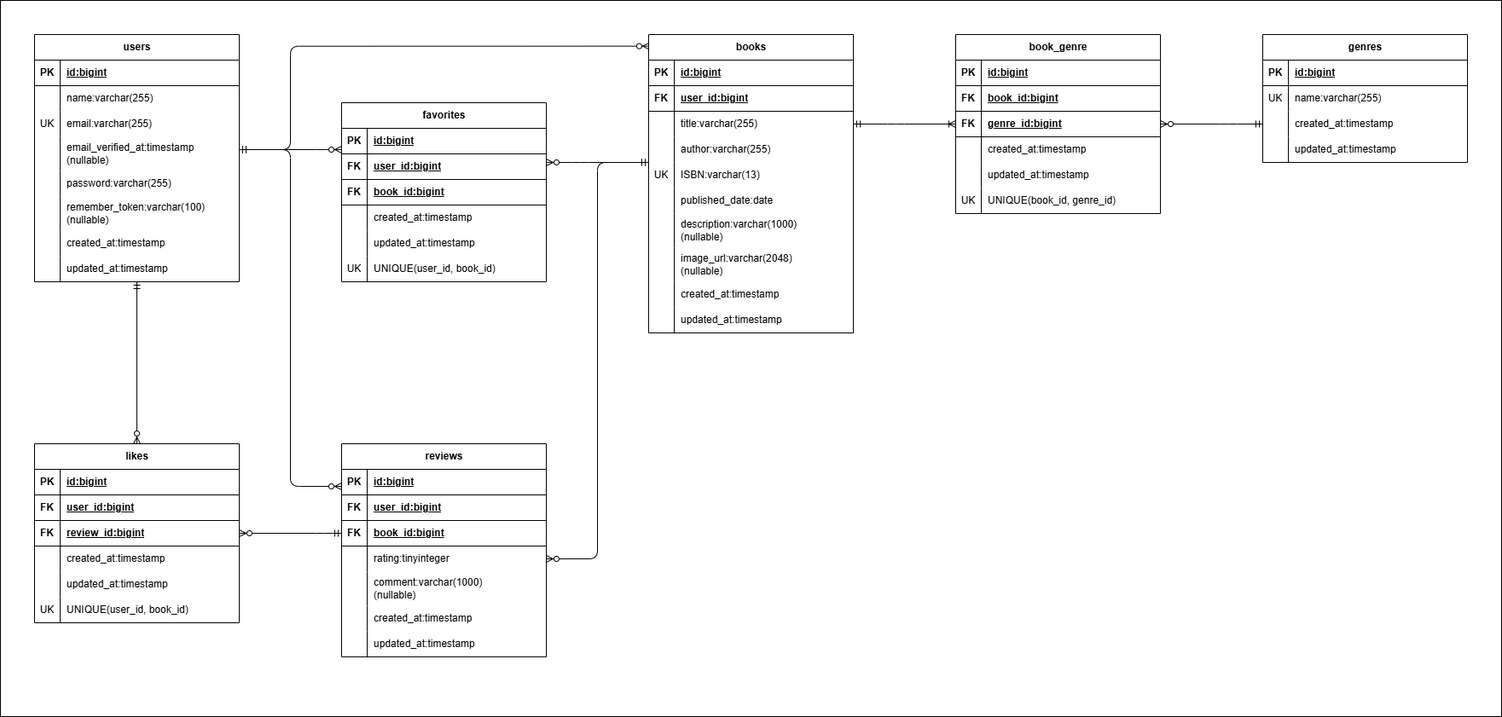
Above: docs/ER.png in tasuku1209/bookshelf-app (draw.io), before the change. Source tidied: cells renumbered, new cells last; positions are measured from the earlier drawing's top-left corner, leaving out a move shared by most shapes.
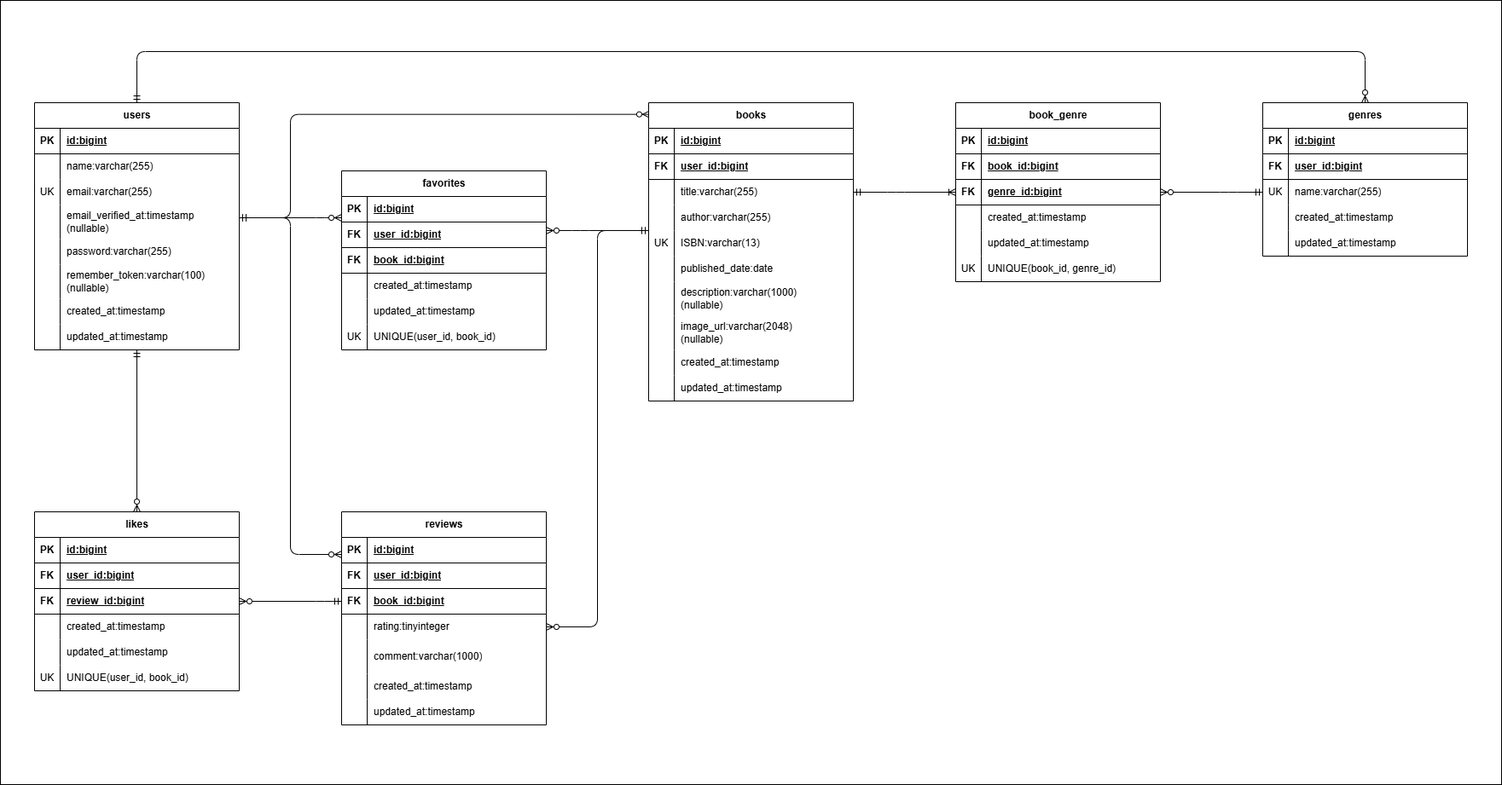
The same file after the commit.

What changed in the source:
```diff
@@ -3,7 +3,7 @@
     <mxCell id="0" />
     <mxCell id="1" parent="0" />
     <mxCell id="2" style="rounded=0;whiteSpace=wrap;html=1;" parent="1" vertex="1">
-      <mxGeometry width="1760" height="840" as="geometry" />
+      <mxGeometry y="-80" width="1760" height="920" as="geometry" />
     </mxCell>
     <mxCell id="3" style="edgeStyle=orthogonalEdgeStyle;html=1;startArrow=ERmandOne;startFill=0;endArrow=ERzeroToMany;endFill=0;entryX=0.004;entryY=0.039;entryDx=0;entryDy=0;entryPerimeter=0;" parent="1" edge="1" source="7" target="48">
       <mxGeometry relative="1" as="geometry">
@@ -32,6 +32,14 @@
     <mxCell id="6" style="edgeStyle=orthogonalEdgeStyle;html=1;startArrow=ERmandOne;startFill=0;endArrow=ERzeroToMany;endFill=0;" parent="1" edge="1" source="7" target="140">
       <mxGeometry relative="1" as="geometry" />
     </mxCell>
+    <mxCell id="160" style="edgeStyle=orthogonalEdgeStyle;html=1;startArrow=ERmandOne;startFill=0;endArrow=ERzeroToMany;endFill=0;" parent="1" edge="1" source="7" target="33">
+      <mxGeometry relative="1" as="geometry">
+        <Array as="points">
+          <mxPoint x="160" y="-20" />
+          <mxPoint x="1600" y="-20" />
+        </Array>
+      </mxGeometry>
+    </mxCell>
     <mxCell id="7" value="users" style="shape=table;startSize=30;rowLines=0;fontStyle=1;align=center;html=1;" parent="1" vertex="1">
       <mxGeometry x="40" y="40" width="240" height="290" as="geometry" />
     </mxCell>
@@ -116,7 +124,7 @@
       </mxGeometry>
     </mxCell>
     <mxCell id="33" value="genres" style="shape=table;startSize=30;rowLines=0;fontStyle=1;align=center;html=1;" parent="1" vertex="1">
-      <mxGeometry x="1480" y="40" width="240" height="150" as="geometry" />
+      <mxGeometry x="1480" y="40" width="240" height="180" as="geometry" />
     </mxCell>
     <mxCell id="34" style="shape=tableRow;horizontal=0;startSize=0;swimlaneHead=0;swimlaneBody=0;fillColor=none;top=0;left=0;right=0;bottom=1;" parent="33" vertex="1">
       <mxGeometry y="30" width="240" height="30" as="geometry" />
@@ -127,8 +135,17 @@
     <mxCell id="36" value="&lt;span style=&quot;color: rgb(0, 0, 0);&quot;&gt;id:bigint&lt;/span&gt;" style="shape=partialRectangle;fillColor=none;top=0;left=0;bottom=0;right=0;align=left;spacingLeft=6;fontStyle=5;overflow=hidden;whiteSpace=wrap;html=1;" parent="34" vertex="1">
       <mxGeometry x="30" width="210" height="30" as="geometry" />
     </mxCell>
+    <mxCell id="161" style="shape=tableRow;horizontal=0;startSize=0;swimlaneHead=0;swimlaneBody=0;fillColor=none;top=0;left=0;right=0;bottom=1;" parent="33" vertex="1">
+      <mxGeometry y="60" width="240" height="30" as="geometry" />
+    </mxCell>
+    <mxCell id="162" value="FK" style="shape=partialRectangle;fillColor=none;top=0;left=0;bottom=0;right=0;fontStyle=1;overflow=hidden;whiteSpace=wrap;html=1;" parent="161" vertex="1">
+      <mxGeometry width="30" height="30" as="geometry" />
+    </mxCell>
+    <mxCell id="163" value="&lt;span style=&quot;color: rgb(0, 0, 0);&quot;&gt;user_id:bigint&lt;/span&gt;" style="shape=partialRectangle;fillColor=none;top=0;left=0;bottom=0;right=0;align=left;spacingLeft=6;fontStyle=5;overflow=hidden;whiteSpace=wrap;html=1;" parent="161" vertex="1">
+      <mxGeometry x="30" width="210" height="30" as="geometry" />
+    </mxCell>
     <mxCell id="37" style="shape=tableRow;horizontal=0;startSize=0;swimlaneHead=0;swimlaneBody=0;fillColor=none;top=0;left=0;right=0;bottom=0;" parent="33" vertex="1">
-      <mxGeometry y="60" width="240" height="30" as="geometry" />
+      <mxGeometry y="90" width="240" height="30" as="geometry" />
     </mxCell>
     <mxCell id="38" value="UK" style="shape=partialRectangle;fillColor=none;top=0;left=0;bottom=0;right=0;overflow=hidden;whiteSpace=wrap;html=1;" parent="37" vertex="1">
       <mxGeometry width="30" height="30" as="geometry" />
@@ -137,7 +154,7 @@
       <mxGeometry x="30" width="210" height="30" as="geometry" />
     </mxCell>
     <mxCell id="40" style="shape=tableRow;horizontal=0;startSize=0;swimlaneHead=0;swimlaneBody=0;fillColor=none;top=0;left=0;right=0;bottom=0;" parent="33" vertex="1">
-      <mxGeometry y="90" width="240" height="30" as="geometry" />
+      <mxGeometry y="120" width="240" height="30" as="geometry" />
     </mxCell>
     <mxCell id="41" style="shape=partialRectangle;fillColor=none;top=0;left=0;bottom=0;right=0;overflow=hidden;whiteSpace=wrap;html=1;" parent="40" vertex="1">
       <mxGeometry width="30" height="30" as="geometry" />
@@ -146,7 +163,7 @@
       <mxGeometry x="30" width="210" height="30" as="geometry" />
     </mxCell>
     <mxCell id="43" style="shape=tableRow;horizontal=0;startSize=0;swimlaneHead=0;swimlaneBody=0;fillColor=none;top=0;left=0;right=0;bottom=0;" parent="33" vertex="1">
-      <mxGeometry y="120" width="240" height="30" as="geometry" />
+      <mxGeometry y="150" width="240" height="30" as="geometry" />
     </mxCell>
     <mxCell id="44" style="shape=partialRectangle;fillColor=none;top=0;left=0;bottom=0;right=0;overflow=hidden;whiteSpace=wrap;html=1;" parent="43" vertex="1">
       <mxGeometry width="30" height="30" as="geometry" />
@@ -316,7 +333,7 @@
     <mxCell id="94" style="shape=partialRectangle;fillColor=none;top=0;left=0;bottom=0;right=0;overflow=hidden;whiteSpace=wrap;html=1;" parent="93" vertex="1">
       <mxGeometry width="30" height="40" as="geometry" />
     </mxCell>
-    <mxCell id="95" value="&lt;span style=&quot;color: rgb(0, 0, 0);&quot;&gt;comment:&lt;/span&gt;&lt;span style=&quot;color: rgb(0, 0, 0);&quot;&gt;&lt;span style=&quot;color: rgb(0, 0, 0);&quot;&gt;varchar(1000)&lt;/span&gt;&lt;/span&gt;&lt;div&gt;&lt;span style=&quot;color: rgb(0, 0, 0);&quot;&gt;(nullable)&lt;/span&gt;&lt;/div&gt;" style="shape=partialRectangle;fillColor=none;top=0;left=0;bottom=0;right=0;align=left;spacingLeft=6;overflow=hidden;whiteSpace=wrap;html=1;" parent="93" vertex="1">
+    <mxCell id="95" value="&lt;span style=&quot;color: rgb(0, 0, 0);&quot;&gt;comment:&lt;/span&gt;&lt;span style=&quot;color: rgb(0, 0, 0);&quot;&gt;&lt;span style=&quot;color: rgb(0, 0, 0);&quot;&gt;varchar(1000)&lt;/span&gt;&lt;/span&gt;" style="shape=partialRectangle;fillColor=none;top=0;left=0;bottom=0;right=0;align=left;spacingLeft=6;overflow=hidden;whiteSpace=wrap;html=1;" parent="93" vertex="1">
       <mxGeometry x="30" width="210" height="40" as="geometry" />
     </mxCell>
     <mxCell id="96" style="shape=tableRow;horizontal=0;startSize=0;swimlaneHead=0;swimlaneBody=0;fillColor=none;top=0;left=0;right=0;bottom=0;" parent="80" vertex="1">
```
